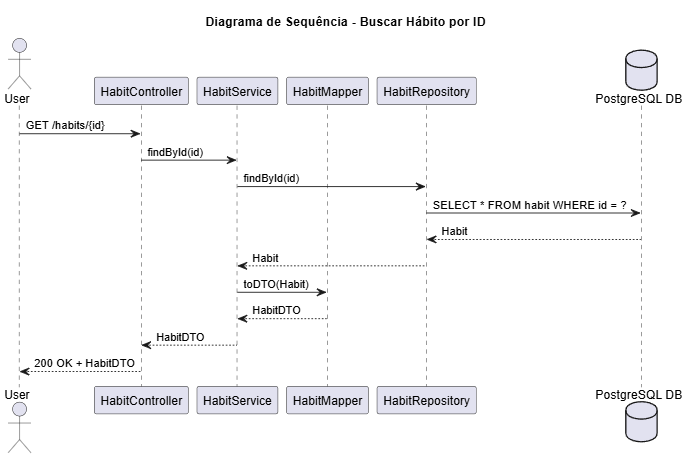
Before: docs/images/habit-retrieve-sequence.png, a diagram exported from PlantUML (GuimaraesGus/habit-tracker). Its source is kept beside it as docs/habit-retrieve-sequence.puml. Source of this version:
```plantuml
@startuml
title Diagrama de Sequência - Buscar Hábito por ID

actor User
participant "HabitController" as Controller
participant "HabitService" as Service
participant "HabitMapper" as Mapper
participant "HabitRepository" as Repository
database "PostgreSQL DB" as DB

User -> Controller : GET /habits/{id}
Controller -> Service : findById(id)
Service -> Repository : findById(id)
Repository -> DB : SELECT * FROM habit WHERE id = ?
DB --> Repository : Habit
Repository --> Service : Habit
Service -> Mapper : toDTO(Habit)
Mapper --> Service : HabitDTO
Service --> Controller : HabitDTO
Controller --> User : 200 OK + HabitDTO
@enduml
```
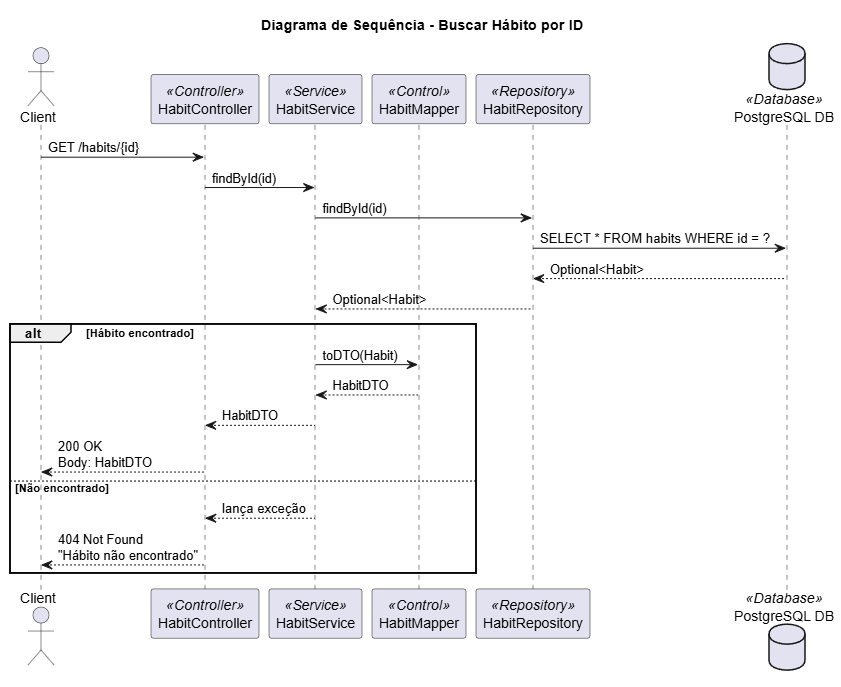
After the change.

Diff of the diagram source:
```diff
@@ -1,21 +1,30 @@
 @startuml
 title Diagrama de Sequência - Buscar Hábito por ID
 
-actor User
-participant "HabitController" as Controller
-participant "HabitService" as Service
-participant "HabitMapper" as Mapper
-participant "HabitRepository" as Repository
-database "PostgreSQL DB" as DB
+actor Client
 
-User -> Controller : GET /habits/{id}
+participant "HabitController" as Controller <<Controller>>
+participant "HabitService" as Service <<Service>>
+participant "HabitMapper" as Mapper <<Control>>
+participant "HabitRepository" as Repository <<Repository>>
+database "PostgreSQL DB" as DB <<Database>>
+
+Client -> Controller : GET /habits/{id}
 Controller -> Service : findById(id)
+
 Service -> Repository : findById(id)
-Repository -> DB : SELECT * FROM habit WHERE id = ?
-DB --> Repository : Habit
-Repository --> Service : Habit
-Service -> Mapper : toDTO(Habit)
-Mapper --> Service : HabitDTO
-Service --> Controller : HabitDTO
-Controller --> User : 200 OK + HabitDTO
+Repository -> DB : SELECT * FROM habits WHERE id = ?
+DB --> Repository : Optional<Habit>
+Repository --> Service : Optional<Habit>
+
+alt Hábito encontrado
+  Service -> Mapper : toDTO(Habit)
+  Mapper --> Service : HabitDTO
+
+  Service --> Controller : HabitDTO
+  Controller --> Client : 200 OK\nBody: HabitDTO
+else Não encontrado
+  Service --> Controller : lança exceção
+  Controller --> Client : 404 Not Found\n"Hábito não encontrado"
+end
 @enduml
```
